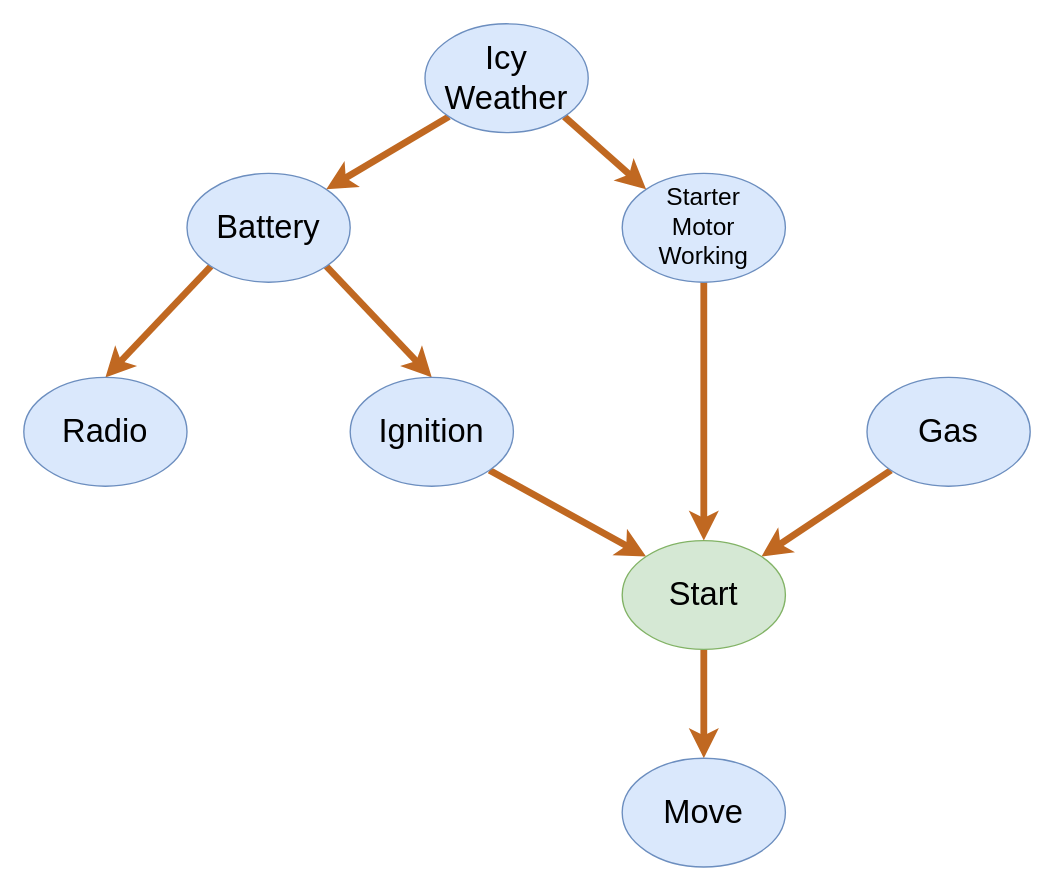
hey-emac/CSE5720-Databases keeps this draw.io diagram as CSE5120_HW3a.drawio. Above is the earlier version. Source tidied: cells renumbered, new cells numbered last; positions are measured from the earlier drawing's top-left corner, leaving out a move shared by most shapes. Both pictures are drawn from the tidied source at 136%, with x=0, y=0 at pixel (23, 23).
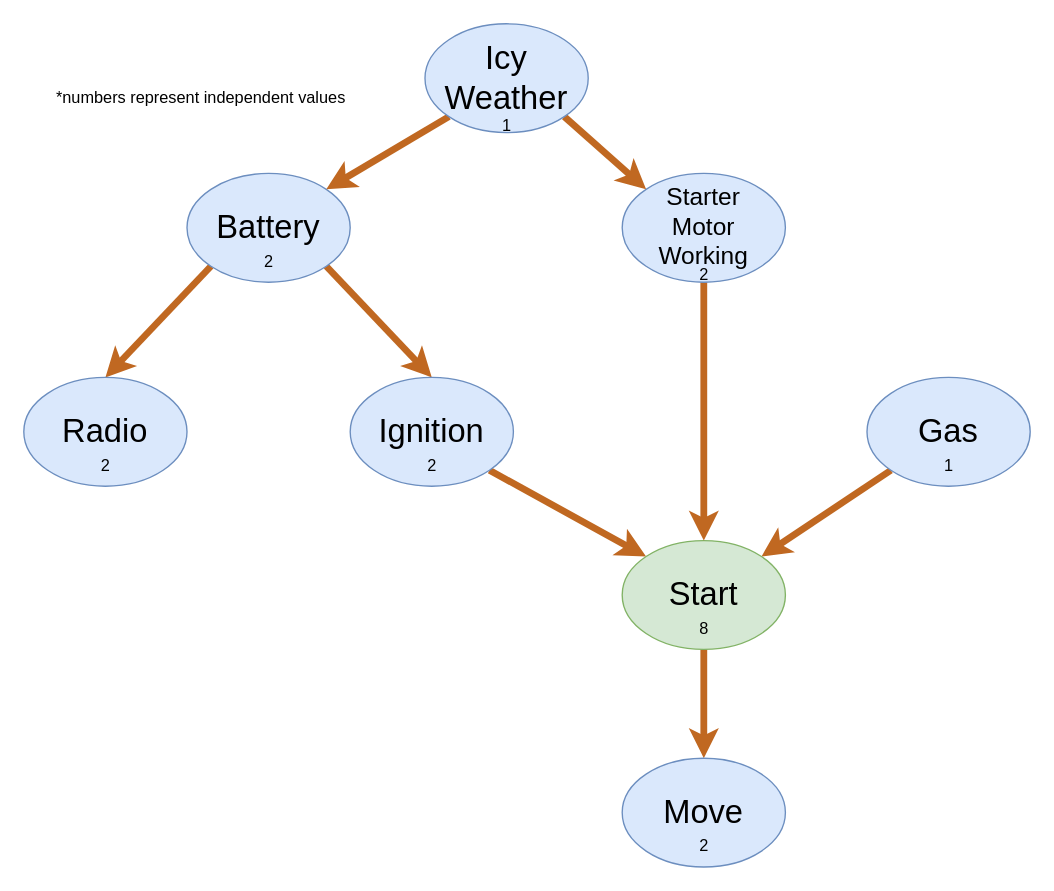
The same diagram, later.

What changed in the source:
```diff
@@
+    <mxCell id="18" value="2" style="text;html=1;align=center;verticalAlign=middle;strokeColor=none;fillColor=none;" parent="1" vertex="1">
+      <mxGeometry x="45" y="310" width="30" height="30" as="geometry" />
+    </mxCell>
+    <mxCell id="19" value="2" style="text;html=1;align=center;verticalAlign=middle;strokeColor=none;fillColor=none;" parent="1" vertex="1">
+      <mxGeometry x="165" y="160" width="30" height="30" as="geometry" />
+    </mxCell>
+    <mxCell id="20" value="1" style="text;html=1;align=center;verticalAlign=middle;strokeColor=none;fillColor=none;" parent="1" vertex="1">
+      <mxGeometry x="340" y="60" width="30" height="30" as="geometry" />
+    </mxCell>
+    <mxCell id="21" value="2" style="text;html=1;align=center;verticalAlign=middle;strokeColor=none;fillColor=none;" parent="1" vertex="1">
+      <mxGeometry x="285" y="310" width="30" height="30" as="geometry" />
+    </mxCell>
+    <mxCell id="22" value="2" style="text;html=1;align=center;verticalAlign=middle;strokeColor=none;fillColor=none;" parent="1" vertex="1">
+      <mxGeometry x="485" y="170" width="30" height="30" as="geometry" />
+    </mxCell>
+    <mxCell id="23" value="8" style="text;html=1;align=center;verticalAlign=middle;strokeColor=none;fillColor=none;" parent="1" vertex="1">
+      <mxGeometry x="485" y="430" width="30" height="30" as="geometry" />
+    </mxCell>
+    <mxCell id="24" value="2" style="text;html=1;align=center;verticalAlign=middle;strokeColor=none;fillColor=none;" parent="1" vertex="1">
+      <mxGeometry x="485" y="590" width="30" height="30" as="geometry" />
+    </mxCell>
+    <mxCell id="25" value="1" style="text;html=1;align=center;verticalAlign=middle;strokeColor=none;fillColor=none;" parent="1" vertex="1">
+      <mxGeometry x="665" y="310" width="30" height="30" as="geometry" />
+    </mxCell>
+    <mxCell id="26" value="*numbers represent independent values" style="text;html=1;align=center;verticalAlign=middle;strokeColor=none;fillColor=none;" parent="1" vertex="1">
+      <mxGeometry x="10" y="40" width="240" height="30" as="geometry" />
+    </mxCell>
```
